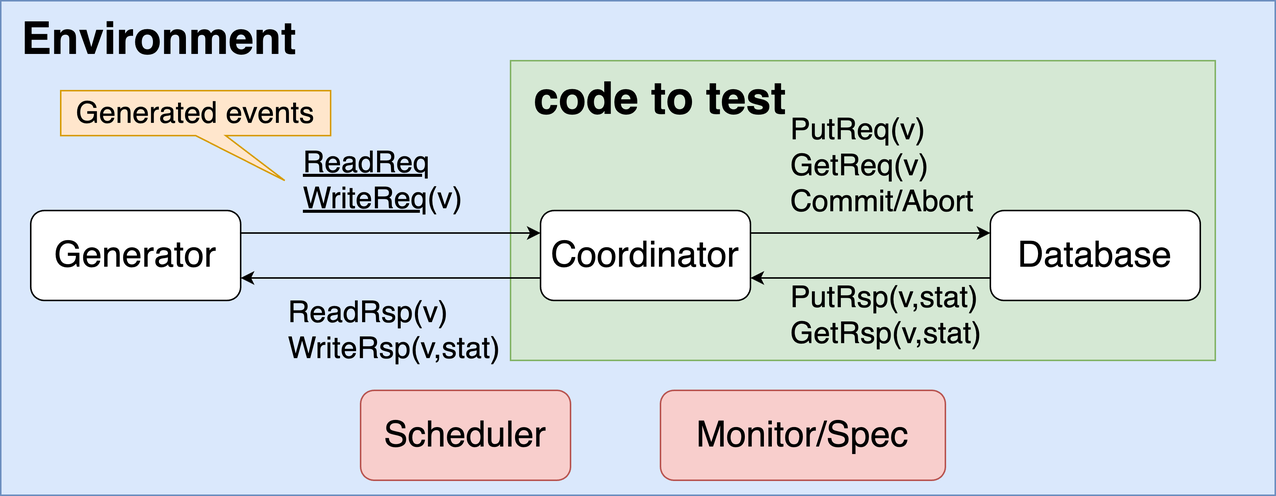
Above: figures/typed-guided-planing-example.drawio.png in zhezhouzz/PLDI25-HAT-Planing (draw.io), before the change. Source tidied: cells renumbered, new cells last; positions are measured from the earlier drawing's top-left corner, leaving out a move shared by most shapes.
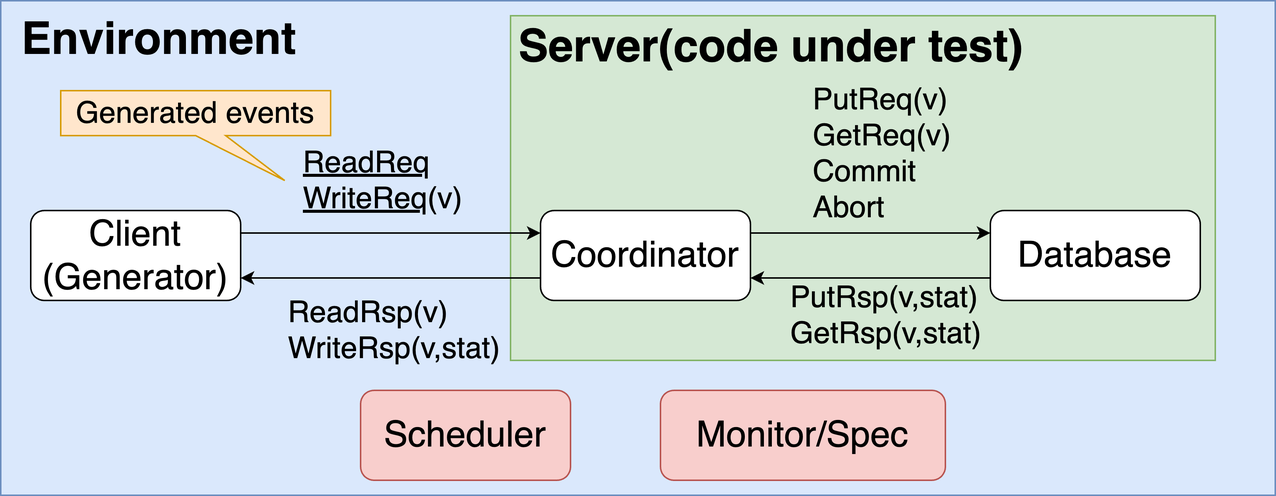
The same file after the commit.

Change to the diagram source:
```diff
@@ -6,12 +6,12 @@
       <mxGeometry width="850" height="330" as="geometry" />
     </mxCell>
     <mxCell id="3" style="rounded=0;whiteSpace=wrap;html=1;fillColor=#d5e8d4;strokeColor=#82b366;" parent="1" vertex="1">
-      <mxGeometry x="340" y="40" width="470" height="200" as="geometry" />
+      <mxGeometry x="340" y="10" width="470" height="230" as="geometry" />
     </mxCell>
     <mxCell id="4" style="edgeStyle=orthogonalEdgeStyle;rounded=0;jettySize=auto;html=1;exitX=1;exitY=0.25;exitDx=0;exitDy=0;entryX=0;entryY=0.25;entryDx=0;entryDy=0;" parent="1" edge="1" source="5" target="8">
       <mxGeometry relative="1" as="geometry" />
     </mxCell>
-    <mxCell id="5" value="&lt;span style=&quot;font-size: 24px;&quot;&gt;Generator&lt;/span&gt;" style="rounded=1;whiteSpace=wrap;html=1;" parent="1" vertex="1">
+    <mxCell id="5" value="&lt;span style=&quot;font-size: 24px;&quot;&gt;Client&lt;/span&gt;&lt;div&gt;&lt;span style=&quot;font-size: 24px;&quot;&gt;(Generator)&lt;/span&gt;&lt;/div&gt;" style="rounded=1;whiteSpace=wrap;html=1;" parent="1" vertex="1">
       <mxGeometry x="20" y="140" width="140" height="60" as="geometry" />
     </mxCell>
     <mxCell id="6" style="edgeStyle=orthogonalEdgeStyle;rounded=0;jettySize=auto;html=1;exitX=0;exitY=0.75;exitDx=0;exitDy=0;entryX=1;entryY=0.75;entryDx=0;entryDy=0;" parent="1" edge="1" source="8" target="5">
@@ -35,8 +35,8 @@
     <mxCell id="12" value="&lt;span style=&quot;font-size: 20px;&quot;&gt;&lt;span&gt;ReadRsp(v)&lt;/span&gt;&lt;/span&gt;&lt;div&gt;&lt;span style=&quot;font-size: 20px;&quot;&gt;&lt;span&gt;WriteRsp(v,stat)&lt;/span&gt;&lt;/span&gt;&lt;/div&gt;" style="text;html=1;align=left;verticalAlign=middle;whiteSpace=wrap;rounded=0;fontStyle=0;" parent="1" vertex="1">
       <mxGeometry x="190" y="190" width="100" height="60" as="geometry" />
     </mxCell>
-    <mxCell id="13" value="&lt;span style=&quot;font-size: 20px;&quot;&gt;&lt;span&gt;PutReq(v)&lt;/span&gt;&lt;/span&gt;&lt;div&gt;&lt;span style=&quot;font-size: 20px;&quot;&gt;&lt;span&gt;GetReq(v)&lt;/span&gt;&lt;/span&gt;&lt;/div&gt;&lt;div&gt;&lt;span style=&quot;font-size: 20px;&quot;&gt;&lt;span&gt;Commit/Abort&lt;/span&gt;&lt;/span&gt;&lt;/div&gt;" style="text;html=1;align=left;verticalAlign=middle;whiteSpace=wrap;rounded=0;fontStyle=0;" parent="1" vertex="1">
-      <mxGeometry x="525" y="80" width="100" height="60" as="geometry" />
+    <mxCell id="13" value="&lt;span style=&quot;font-size: 20px;&quot;&gt;&lt;span&gt;PutReq(v)&lt;/span&gt;&lt;/span&gt;&lt;div&gt;&lt;span style=&quot;font-size: 20px;&quot;&gt;&lt;span&gt;GetReq(v)&lt;/span&gt;&lt;/span&gt;&lt;/div&gt;&lt;div&gt;&lt;span style=&quot;font-size: 20px;&quot;&gt;&lt;span&gt;Commit&lt;/span&gt;&lt;/span&gt;&lt;/div&gt;&lt;div&gt;&lt;span style=&quot;font-size: 20px;&quot;&gt;&lt;span&gt;Abort&lt;/span&gt;&lt;/span&gt;&lt;/div&gt;" style="text;html=1;align=left;verticalAlign=middle;whiteSpace=wrap;rounded=0;fontStyle=0;" parent="1" vertex="1">
+      <mxGeometry x="540" y="72" width="100" height="60" as="geometry" />
     </mxCell>
     <mxCell id="14" value="&lt;span style=&quot;font-size: 20px;&quot;&gt;&lt;span&gt;PutRsp(v,stat)&lt;/span&gt;&lt;/span&gt;&lt;div&gt;&lt;span style=&quot;font-size: 20px;&quot;&gt;&lt;span&gt;GetRsp(v,stat)&lt;/span&gt;&lt;/span&gt;&lt;/div&gt;" style="text;html=1;align=left;verticalAlign=middle;whiteSpace=wrap;rounded=0;fontStyle=0;" parent="1" vertex="1">
       <mxGeometry x="525" y="180" width="100" height="60" as="geometry" />
@@ -44,8 +44,8 @@
     <mxCell id="15" value="&lt;font style=&quot;font-size: 20px;&quot;&gt;Generated events&lt;/font&gt;" style="shape=callout;whiteSpace=wrap;html=1;perimeter=calloutPerimeter;position2=0.83;fillColor=#ffe6cc;strokeColor=#d79b00;" parent="1" vertex="1">
       <mxGeometry x="40" y="60" width="180" height="60" as="geometry" />
     </mxCell>
-    <mxCell id="16" value="&lt;b style=&quot;&quot;&gt;&lt;font style=&quot;font-size: 30px;&quot;&gt;code to test&lt;/font&gt;&lt;/b&gt;" style="text;html=1;align=center;verticalAlign=middle;whiteSpace=wrap;rounded=0;fontStyle=0;" parent="1" vertex="1">
-      <mxGeometry x="340" y="50" width="200" height="30" as="geometry" />
+    <mxCell id="16" value="&lt;b style=&quot;&quot;&gt;&lt;font style=&quot;font-size: 30px;&quot;&gt;Server(code under test)&lt;/font&gt;&lt;/b&gt;" style="text;html=1;align=center;verticalAlign=middle;whiteSpace=wrap;rounded=0;fontStyle=0;" parent="1" vertex="1">
+      <mxGeometry x="344" y="15" width="340" height="30" as="geometry" />
     </mxCell>
     <mxCell id="17" value="&lt;b style=&quot;&quot;&gt;&lt;font style=&quot;font-size: 30px;&quot;&gt;Environment&amp;nbsp;&lt;/font&gt;&lt;/b&gt;" style="text;html=1;align=center;verticalAlign=middle;whiteSpace=wrap;rounded=0;fontStyle=0;" parent="1" vertex="1">
       <mxGeometry x="40" y="10" width="140" height="30" as="geometry" />
```
